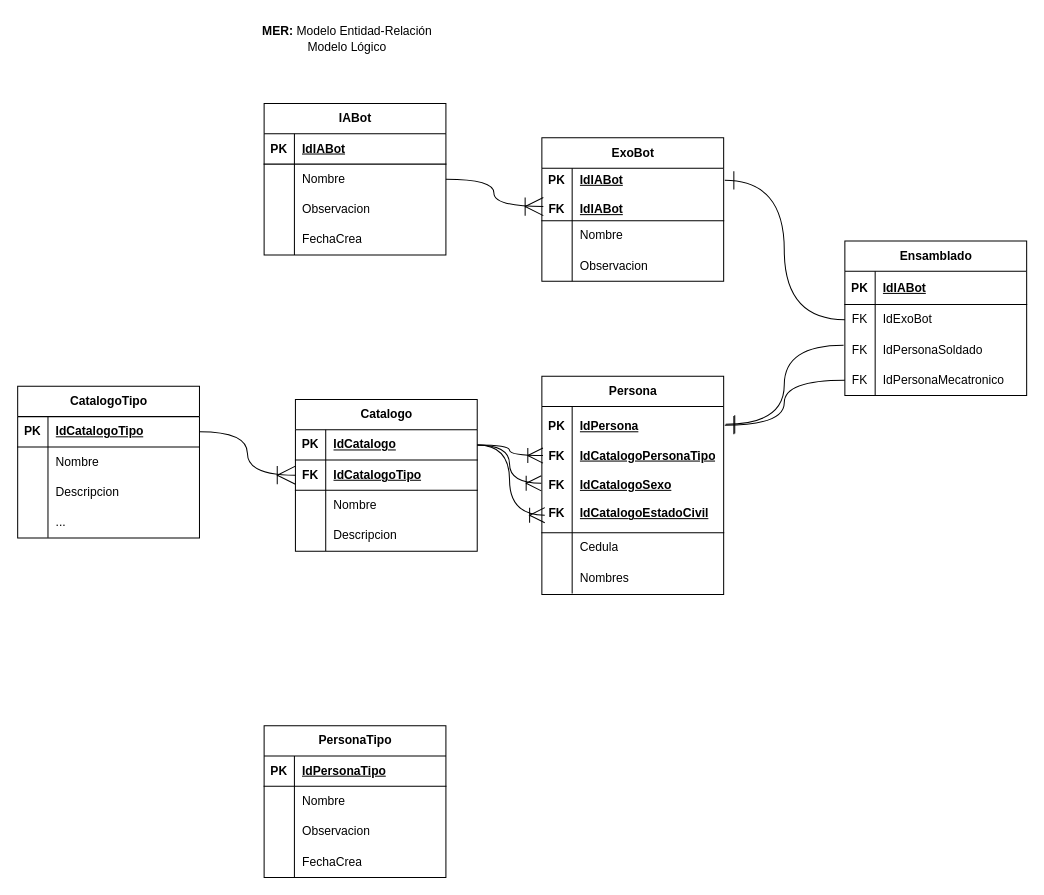
Earlier version of the draw.io diagram Design/02aeDiagramaMER.dio (emilioalbansq/AlbanEmilioExF). Source tidied: cells renumbered, new cells numbered last; positions are measured from the earlier drawing's top-left corner, leaving out a move shared by most shapes. Both pictures are drawn from the tidied source at 101%, with x=0, y=0 at pixel (17, 17).
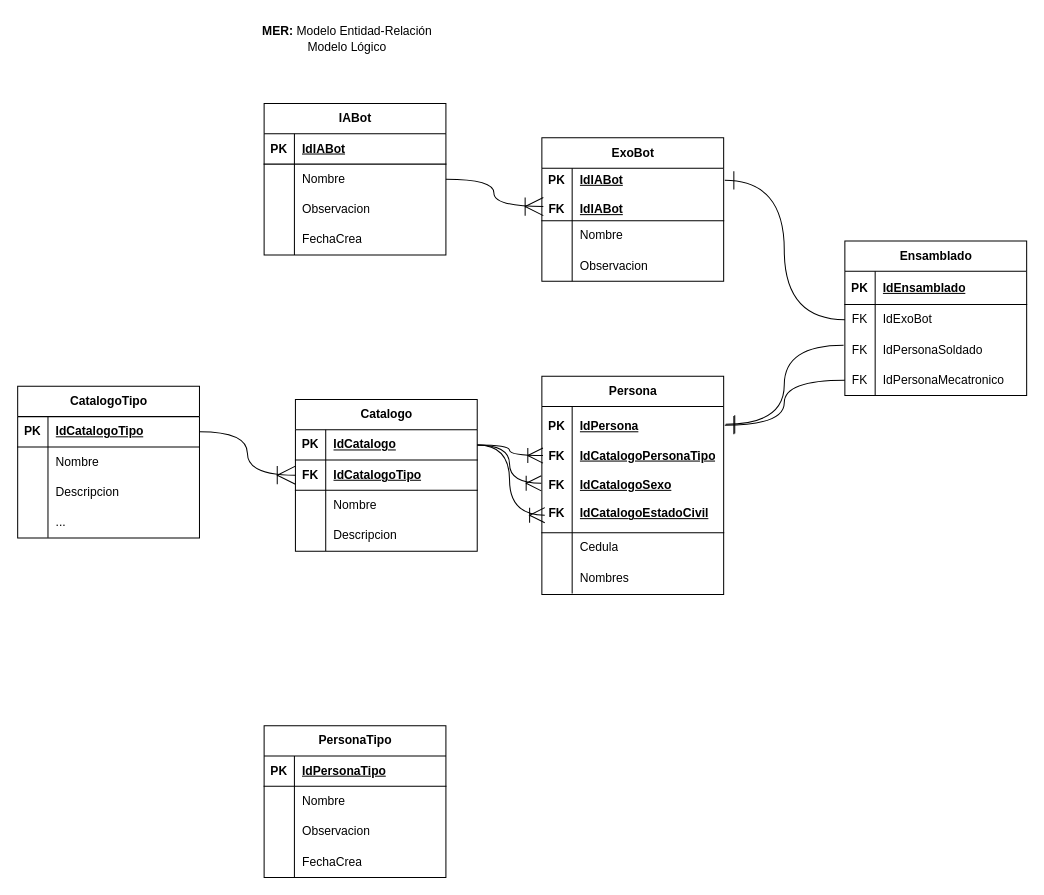
After the change.

The change refers to these unchanged cells:
```xml
<mxCell id="28" style="shape=tableRow;horizontal=0;startSize=0;swimlaneHead=0;swimlaneBody=0;fillColor=none;top=0;left=0;right=0;bottom=1;" parent="27" vertex="1">
  <mxGeometry y="30" width="180" height="33" as="geometry" />
</mxCell>
```

Diff of the diagram source:
```diff
@@
-    <mxCell id="30" value="IdIABot" style="shape=partialRectangle;fillColor=none;top=0;left=0;bottom=0;right=0;align=left;spacingLeft=6;fontStyle=5;overflow=hidden;whiteSpace=wrap;html=1;" parent="28" vertex="1">
+    <mxCell id="30" value="IdEnsamblado" style="shape=partialRectangle;fillColor=none;top=0;left=0;bottom=0;right=0;align=left;spacingLeft=6;fontStyle=5;overflow=hidden;whiteSpace=wrap;html=1;" parent="28" vertex="1">
       <mxGeometry x="30" width="150" height="33" as="geometry" />
     </mxCell>
```
